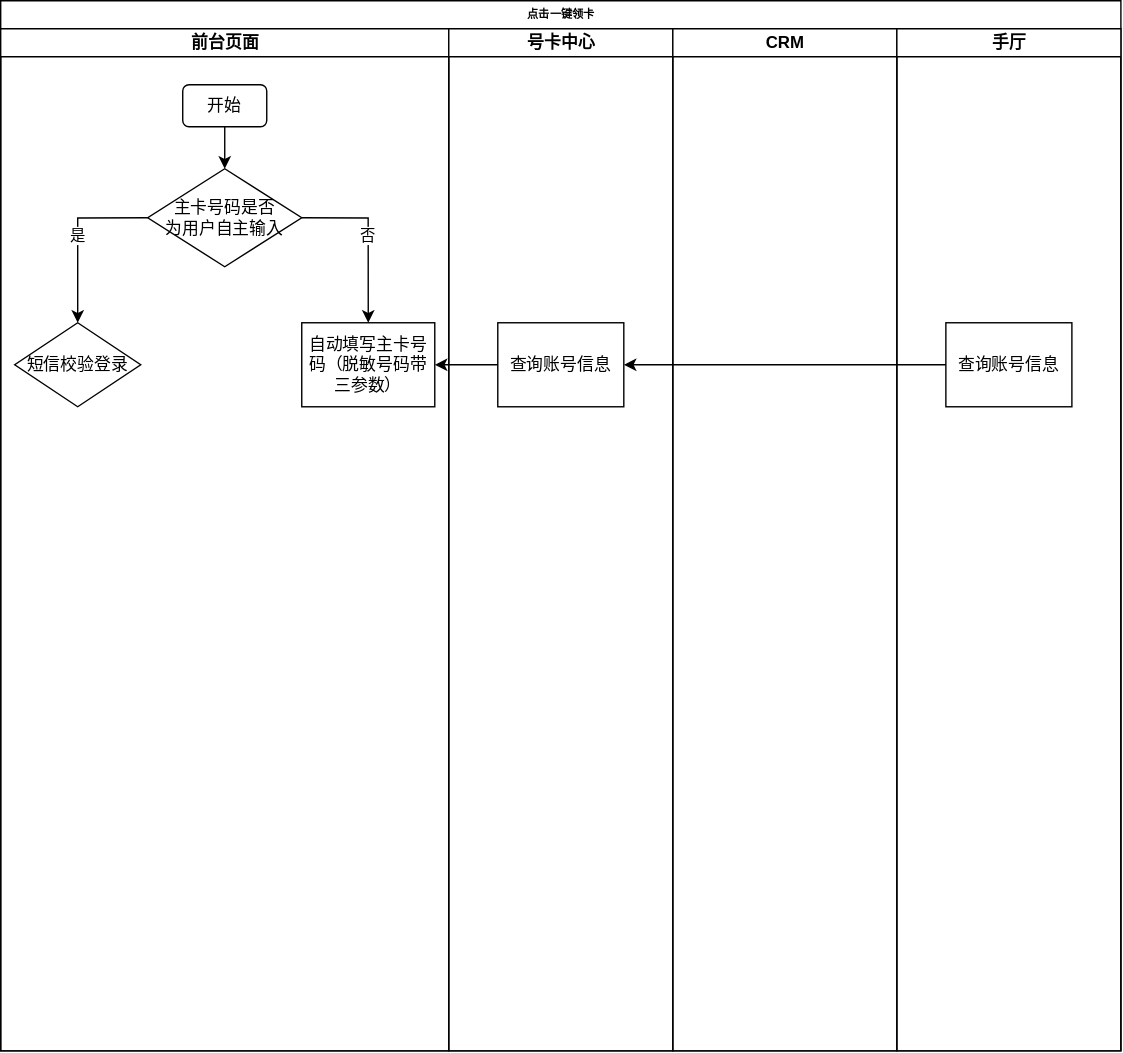
Earlier version of the draw.io export 点击一键领卡.drawio.svg (Blank-0923/blog). Source tidied: cells renumbered, new cells last; positions are measured from the earlier drawing's top-left corner, leaving out a move shared by most shapes.
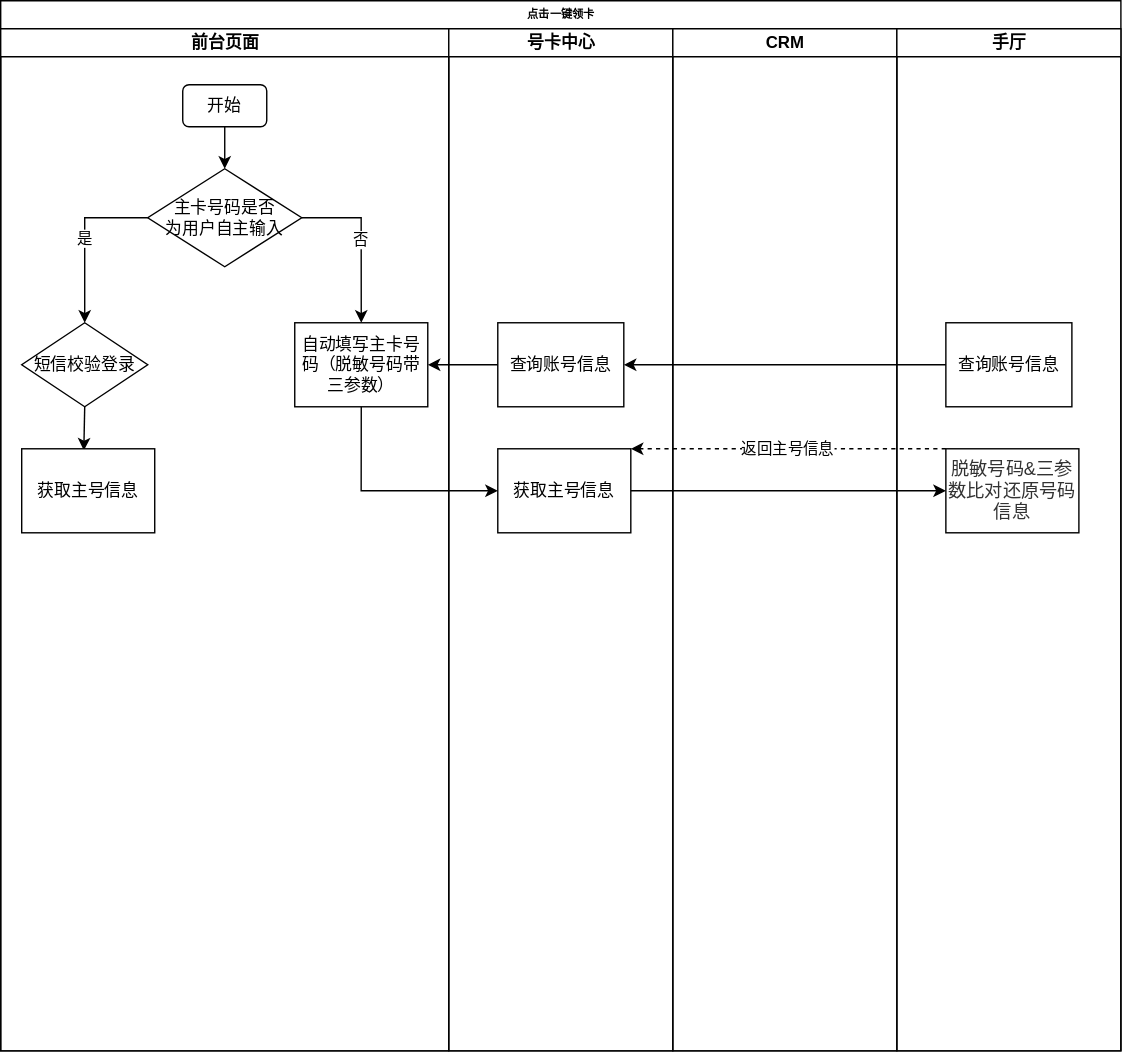
After the change.

Commit message:
更新点击一键领卡.drawio.svg

Diff of the diagram source:
```diff
@@ -14,10 +14,8 @@
     <mxCell id="5" value="开始" style="rounded=1;whiteSpace=wrap;html=1;" parent="3" vertex="1">
       <mxGeometry x="130" y="40" width="60" height="30" as="geometry" />
     </mxCell>
-    <mxCell id="6" value="是" style="edgeStyle=orthogonalEdgeStyle;rounded=0;jettySize=auto;html=1;exitX=0;exitY=0.5;exitDx=0;exitDy=0;entryX=0.5;entryY=0;entryDx=0;entryDy=0;" parent="3" edge="1" source="8">
-      <mxGeometry relative="1" as="geometry">
-        <mxPoint x="55" y="210" as="targetPoint" />
-      </mxGeometry>
+    <mxCell id="6" value="是" style="edgeStyle=orthogonalEdgeStyle;rounded=0;jettySize=auto;html=1;exitX=0;exitY=0.5;exitDx=0;exitDy=0;entryX=0.5;entryY=0;entryDx=0;entryDy=0;" parent="3" edge="1" source="8" target="10">
+      <mxGeometry relative="1" as="geometry" />
     </mxCell>
     <mxCell id="7" value="否" style="edgeStyle=orthogonalEdgeStyle;rounded=0;jettySize=auto;html=1;exitX=1;exitY=0.5;exitDx=0;exitDy=0;entryX=0.5;entryY=0;entryDx=0;entryDy=0;" parent="3" edge="1" source="8" target="9">
       <mxGeometry relative="1" as="geometry" />
@@ -26,17 +24,26 @@
       <mxGeometry x="105" y="100" width="110" height="70" as="geometry" />
     </mxCell>
     <mxCell id="9" value="自动填写主卡号码（脱敏号码带三参数）" style="rounded=0;whiteSpace=wrap;html=1;" parent="3" vertex="1">
-      <mxGeometry x="215" y="210" width="95" height="60" as="geometry" />
+      <mxGeometry x="210" y="210" width="95" height="60" as="geometry" />
     </mxCell>
+    <mxCell id="18" style="edgeStyle=orthogonalEdgeStyle;rounded=0;jettySize=auto;html=1;exitX=0.5;exitY=1;exitDx=0;exitDy=0;entryX=0.467;entryY=0.02;entryDx=0;entryDy=0;entryPerimeter=0;" parent="3" edge="1" source="10" target="19">
+      <mxGeometry relative="1" as="geometry" />
+    </mxCell>
     <mxCell id="10" value="短信校验登录" style="rhombus;whiteSpace=wrap;html=1;" parent="3" vertex="1">
-      <mxGeometry x="10" y="210" width="90" height="60" as="geometry" />
+      <mxGeometry x="15" y="210" width="90" height="60" as="geometry" />
     </mxCell>
+    <mxCell id="19" value="获取主号信息" style="rounded=0;whiteSpace=wrap;html=1;" parent="3" vertex="1">
+      <mxGeometry x="15" y="300" width="95" height="60" as="geometry" />
+    </mxCell>
     <mxCell id="11" value="号卡中心" style="swimlane;html=1;startSize=20;" parent="2" vertex="1">
       <mxGeometry x="320" y="20" width="160" height="730" as="geometry" />
     </mxCell>
     <mxCell id="12" value="查询账号信息" style="rounded=0;whiteSpace=wrap;html=1;" parent="11" vertex="1">
       <mxGeometry x="35" y="210" width="90" height="60" as="geometry" />
     </mxCell>
+    <mxCell id="20" value="获取主号信息" style="rounded=0;whiteSpace=wrap;html=1;" parent="11" vertex="1">
+      <mxGeometry x="35" y="300" width="95" height="60" as="geometry" />
+    </mxCell>
     <mxCell id="13" value="CRM" style="swimlane;html=1;startSize=20;" parent="2" vertex="1">
       <mxGeometry x="480" y="20" width="160" height="730" as="geometry" />
     </mxCell>
@@ -46,11 +53,23 @@
     <mxCell id="15" value="查询账号信息" style="rounded=0;whiteSpace=wrap;html=1;" parent="14" vertex="1">
       <mxGeometry x="35" y="210" width="90" height="60" as="geometry" />
     </mxCell>
+    <mxCell id="21" value="&lt;span style=&quot;color: rgb(50 , 50 , 50) ; font-size: 13px ; background-color: rgba(255 , 255 , 255 , 0.01)&quot;&gt;脱敏号码&amp;amp;三参数比对还原号码信息&lt;/span&gt;" style="rounded=0;whiteSpace=wrap;html=1;" parent="14" vertex="1">
+      <mxGeometry x="35" y="300" width="95" height="60" as="geometry" />
+    </mxCell>
     <mxCell id="16" style="edgeStyle=orthogonalEdgeStyle;rounded=0;jettySize=auto;html=1;exitX=0;exitY=0.5;exitDx=0;exitDy=0;entryX=1;entryY=0.5;entryDx=0;entryDy=0;" parent="2" edge="1" source="15" target="12">
       <mxGeometry relative="1" as="geometry" />
     </mxCell>
     <mxCell id="17" style="edgeStyle=orthogonalEdgeStyle;rounded=0;jettySize=auto;html=1;exitX=0;exitY=0.5;exitDx=0;exitDy=0;entryX=1;entryY=0.5;entryDx=0;entryDy=0;" parent="2" edge="1" source="12" target="9">
       <mxGeometry relative="1" as="geometry" />
     </mxCell>
+    <mxCell id="22" style="edgeStyle=orthogonalEdgeStyle;rounded=0;jettySize=auto;html=1;exitX=0.5;exitY=1;exitDx=0;exitDy=0;entryX=0;entryY=0.5;entryDx=0;entryDy=0;" parent="2" edge="1" source="9" target="20">
+      <mxGeometry relative="1" as="geometry" />
+    </mxCell>
+    <mxCell id="23" style="edgeStyle=orthogonalEdgeStyle;rounded=0;jettySize=auto;html=1;exitX=1;exitY=0.5;exitDx=0;exitDy=0;" parent="2" edge="1" source="20" target="21">
+      <mxGeometry relative="1" as="geometry" />
+    </mxCell>
+    <mxCell id="24" value="返回主号信息" style="rounded=0;jettySize=auto;html=1;exitX=0;exitY=0;exitDx=0;exitDy=0;entryX=1;entryY=0;entryDx=0;entryDy=0;dashed=1;" parent="2" edge="1" source="21" target="20">
+      <mxGeometry relative="1" as="geometry" />
+    </mxCell>
   </root>
 </mxGraphModel>
```
